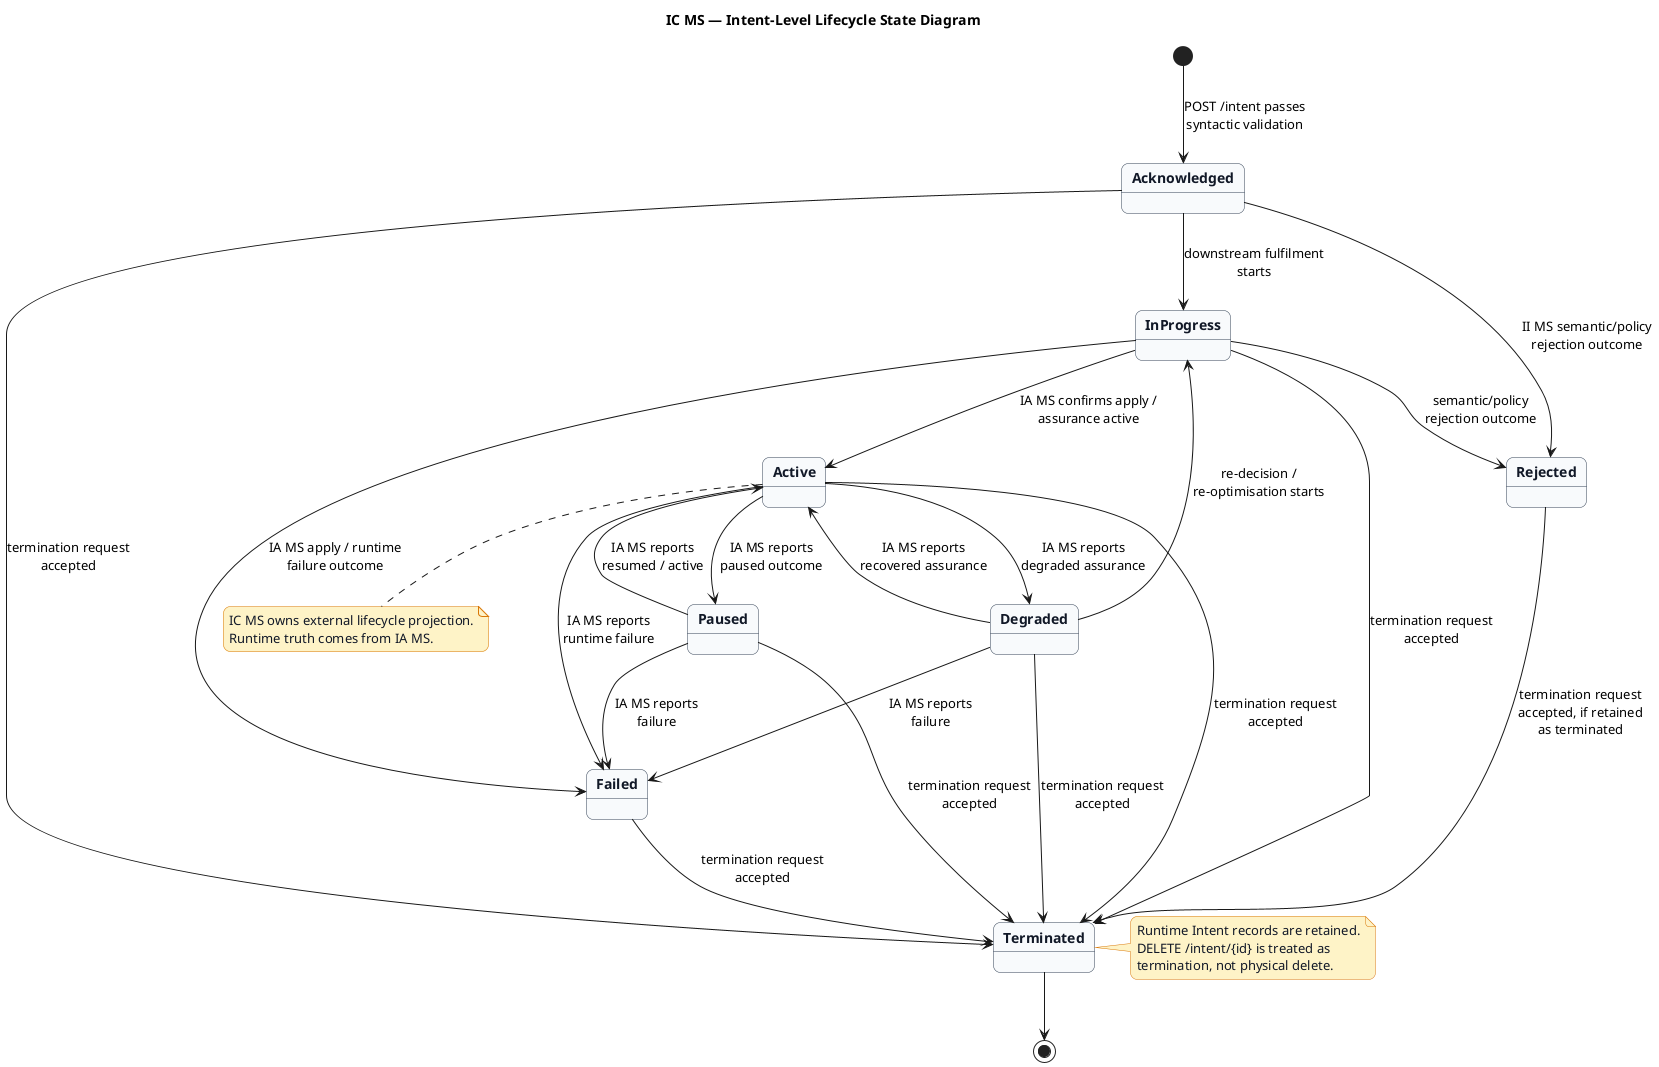
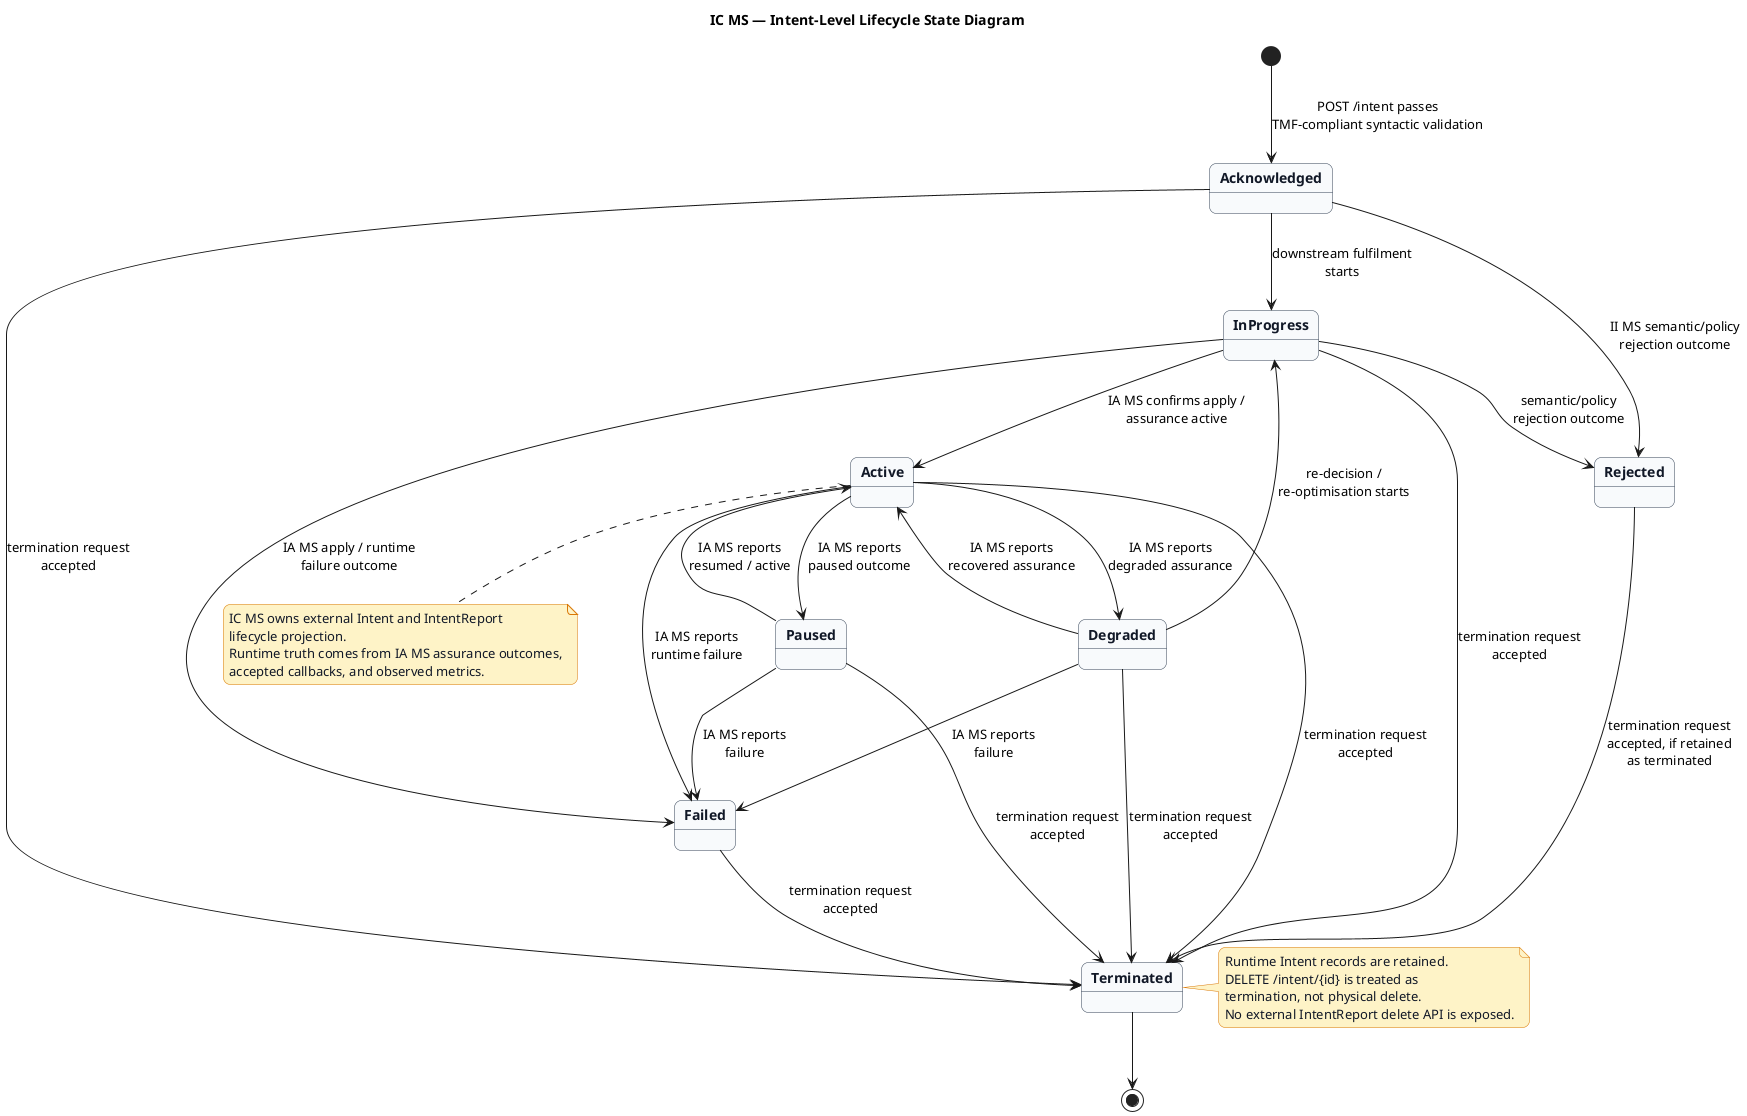
@startuml
title IC MS — Intent-Level Lifecycle State Diagram

skinparam backgroundColor #FFFFFF
skinparam shadowing false
skinparam roundcorner 14
skinparam state {
-   BackgroundColor #F8FAFC
-   BorderColor #334155
-   FontColor #111827
-   FontStyle bold
+  BackgroundColor #F8FAFC
+  BorderColor #334155
+  FontColor #111827
+  FontStyle bold
}
skinparam note {
-   BackgroundColor #FEF3C7
-   BorderColor #D97706
-   FontColor #111827
+  BackgroundColor #FEF3C7
+  BorderColor #D97706
+  FontColor #111827
}

- [*] --> Acknowledged : POST /intent passes\nsyntactic validation
+ [*] --> Acknowledged : POST /intent passes\nTMF-compliant syntactic validation

Acknowledged --> Rejected : II MS semantic/policy\nrejection outcome
Acknowledged --> InProgress : downstream fulfilment\nstarts

InProgress --> Rejected : semantic/policy\nrejection outcome
InProgress --> Active : IA MS confirms apply /\nassurance active
InProgress --> Failed : IA MS apply / runtime\nfailure outcome

Active --> Degraded : IA MS reports\ndegraded assurance
Degraded --> Active : IA MS reports\nrecovered assurance
Degraded --> InProgress : re-decision /\nre-optimisation starts

Active --> Paused : IA MS reports\npaused outcome
Paused --> Active : IA MS reports\nresumed / active
Paused --> Failed : IA MS reports\nfailure

Active --> Failed : IA MS reports\nruntime failure
Degraded --> Failed : IA MS reports\nfailure

Acknowledged --> Terminated : termination request\naccepted
InProgress --> Terminated : termination request\naccepted
Active --> Terminated : termination request\naccepted
Degraded --> Terminated : termination request\naccepted
Paused --> Terminated : termination request\naccepted
Failed --> Terminated : termination request\naccepted
Rejected --> Terminated : termination request\naccepted, if retained\nas terminated

Terminated --> [*]

note right of Terminated
-   Runtime Intent records are retained.
-   DELETE /intent/{id} is treated as
-   termination, not physical delete.
+  Runtime Intent records are retained.
+  DELETE /intent/{id} is treated as
+  termination, not physical delete.
+  No external IntentReport delete API is exposed.
end note

note bottom of Active
-   IC MS owns external lifecycle projection.
-   Runtime truth comes from IA MS.
+  IC MS owns external Intent and IntentReport
+  lifecycle projection.
+  Runtime truth comes from IA MS assurance outcomes,
+  accepted callbacks, and observed metrics.
end note

@enduml
